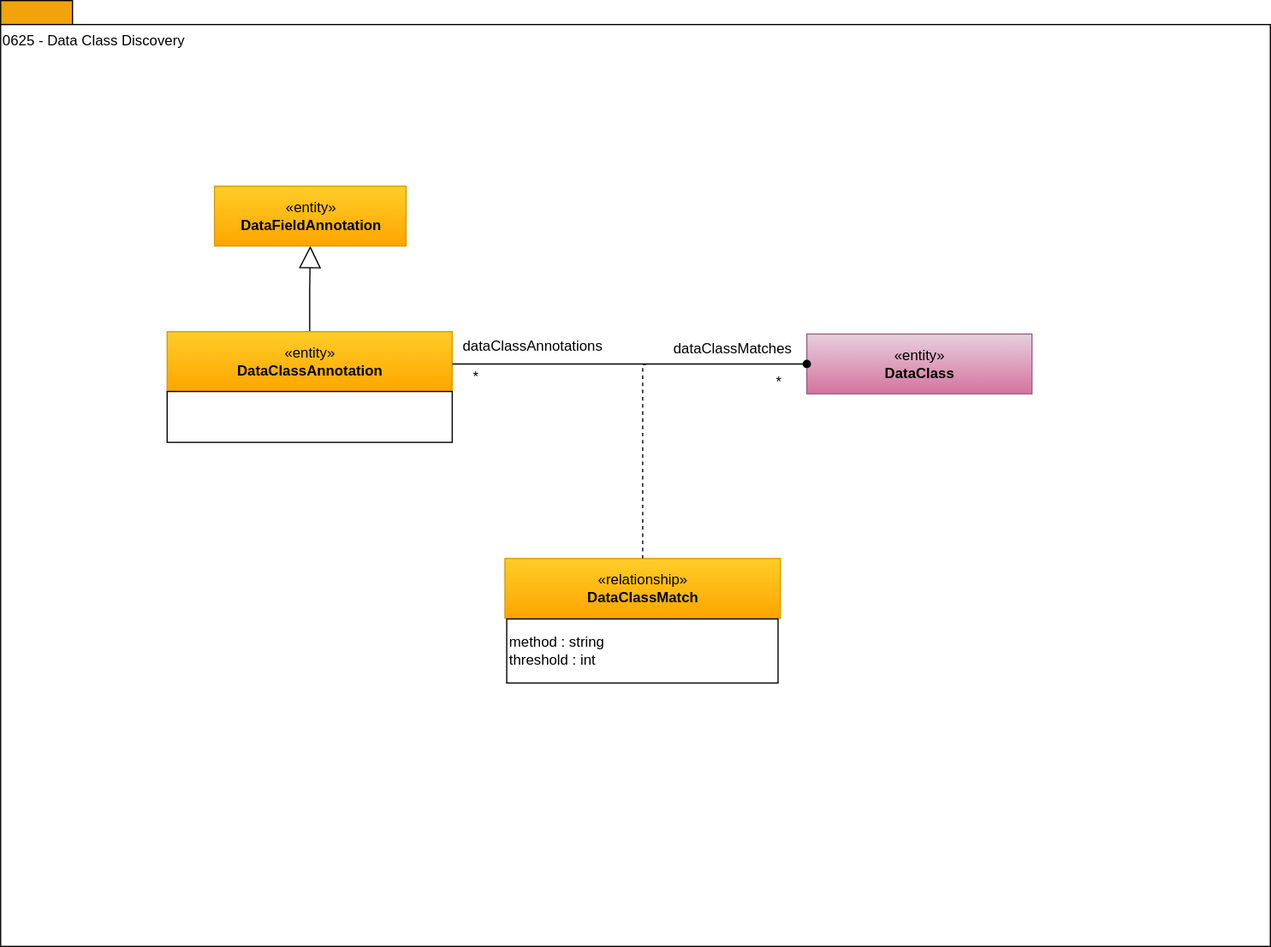
The draw.io diagram site/docs/types/6/0625-Data-Class-Discovery.svg in odpi/egeria-docs, before a commit. Source tidied: cells renumbered, new cells last; positions are measured from the earlier drawing's top-left corner, leaving out a move shared by most shapes.
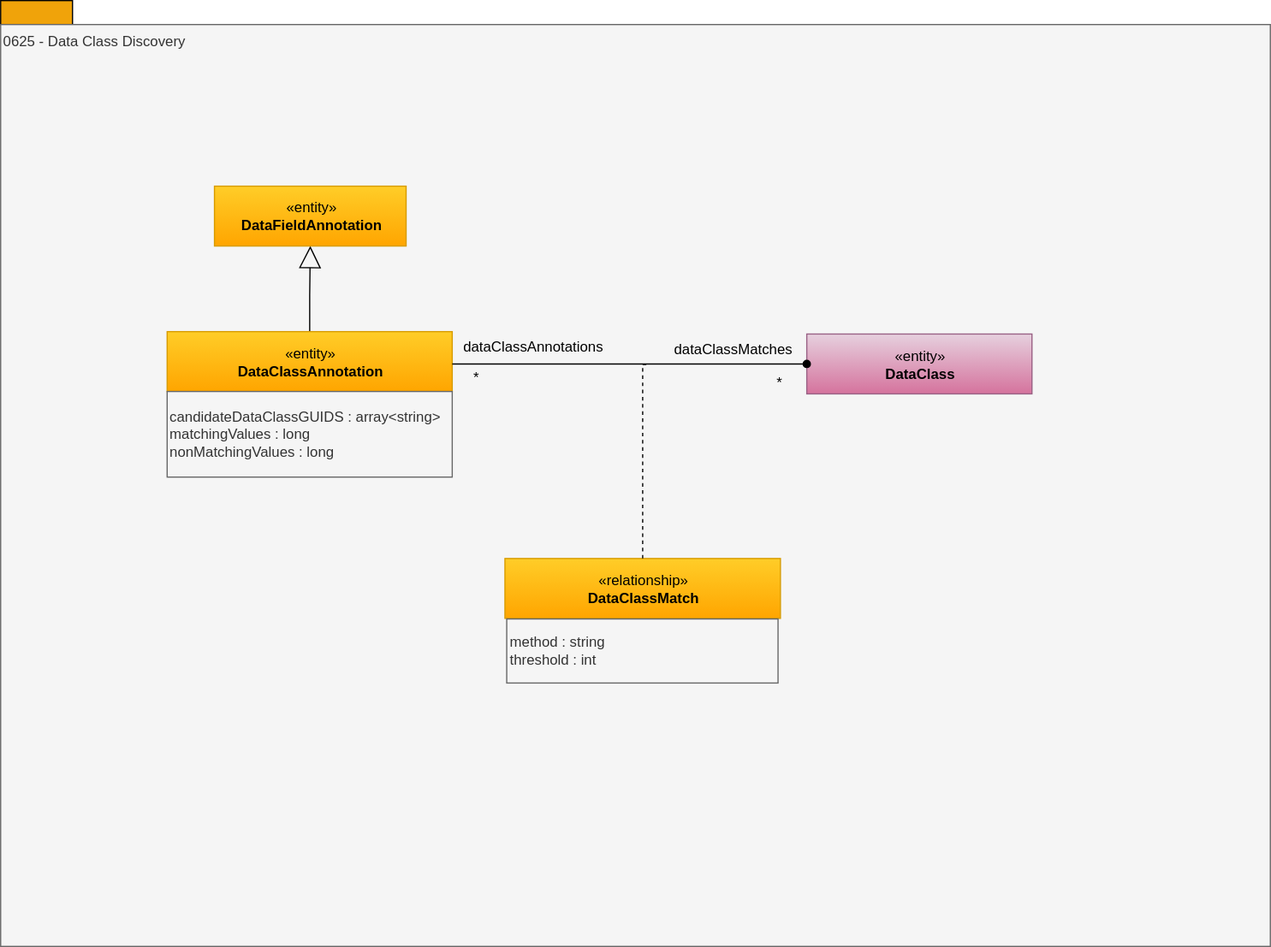
After the change.

Diff of the diagram source:
```diff
@@ -5,7 +5,7 @@
     <mxCell id="2" style="rounded=0;whiteSpace=wrap;html=1;align=left;fillColor=#f0a30a;strokeColor=#000000;fontColor=#ffffff;" parent="1" vertex="1">
       <mxGeometry width="60" height="20" as="geometry" />
     </mxCell>
-    <mxCell id="3" value="0625 - Data Class Discovery" style="rounded=0;whiteSpace=wrap;html=1;align=left;verticalAlign=top;" parent="1" vertex="1">
+    <mxCell id="3" value="0625 - Data Class Discovery" style="rounded=0;whiteSpace=wrap;html=1;align=left;verticalAlign=top;fillColor=#f5f5f5;fontColor=#333333;strokeColor=#666666;" parent="1" vertex="1">
       <mxGeometry y="20" width="1060" height="770" as="geometry" />
     </mxCell>
     <mxCell id="4" style="edgeStyle=orthogonalEdgeStyle;rounded=0;jettySize=auto;html=1;exitX=0.5;exitY=0;exitDx=0;exitDy=0;endArrow=block;endFill=0;endSize=16;" parent="1" edge="1" source="5" target="7">
@@ -14,8 +14,8 @@
     <mxCell id="5" value="«entity»&lt;br&gt;&lt;b&gt;DataClassAnnotation&lt;/b&gt;" style="html=1;strokeColor=#d79b00;align=center;fillColor=#ffcd28;gradientColor=#ffa500;" parent="1" vertex="1">
       <mxGeometry x="139" y="276.5" width="238" height="50" as="geometry" />
     </mxCell>
-    <mxCell id="6" style="rounded=0;whiteSpace=wrap;html=1;strokeColor=#000000;gradientColor=#ffffff;align=left;" parent="1" vertex="1">
-      <mxGeometry x="139" y="326.5" width="238" height="42.5" as="geometry" />
+    <mxCell id="6" value="candidateDataClassGUIDS : array&amp;lt;string&amp;gt;&lt;div&gt;matchingValues : long&lt;/div&gt;&lt;div&gt;nonMatchingValues : long&lt;/div&gt;" style="rounded=0;whiteSpace=wrap;html=1;strokeColor=#666666;align=left;fillColor=#f5f5f5;fontColor=#333333;" parent="1" vertex="1">
+      <mxGeometry x="139" y="326.5" width="238" height="71.5" as="geometry" />
     </mxCell>
     <mxCell id="7" value="«entity»&lt;br&gt;&lt;b&gt;DataFieldAnnotation&lt;/b&gt;" style="html=1;strokeColor=#d79b00;align=center;fillColor=#ffcd28;gradientColor=#ffa500;" parent="1" vertex="1">
       <mxGeometry x="178.5" y="155" width="160" height="50" as="geometry" />
@@ -38,7 +38,7 @@
     <mxCell id="13" value="«relationship»&lt;br&gt;&lt;b&gt;DataClassMatch&lt;/b&gt;" style="html=1;strokeColor=#d79b00;align=center;fillColor=#ffcd28;gradientColor=#ffa500;" parent="1" vertex="1">
       <mxGeometry x="421" y="466" width="230" height="50" as="geometry" />
     </mxCell>
-    <mxCell id="14" value="&lt;span&gt;method : string&lt;/span&gt;&lt;br&gt;&lt;span&gt;threshold : int&lt;/span&gt;" style="rounded=0;whiteSpace=wrap;html=1;strokeColor=#000000;gradientColor=#ffffff;align=left;" parent="1" vertex="1">
+    <mxCell id="14" value="&lt;span&gt;method : string&lt;/span&gt;&lt;br&gt;&lt;span&gt;threshold : int&lt;/span&gt;" style="rounded=0;whiteSpace=wrap;html=1;strokeColor=#666666;align=left;fillColor=#f5f5f5;fontColor=#333333;" parent="1" vertex="1">
       <mxGeometry x="422.5" y="516.5" width="226.5" height="53.5" as="geometry" />
     </mxCell>
     <mxCell id="15" style="endArrow=none;dashed=1;html=1;exitX=0.5;exitY=0;exitDx=0;exitDy=0;rounded=0;edgeStyle=orthogonalEdgeStyle;" parent="1" edge="1" source="13">
```
